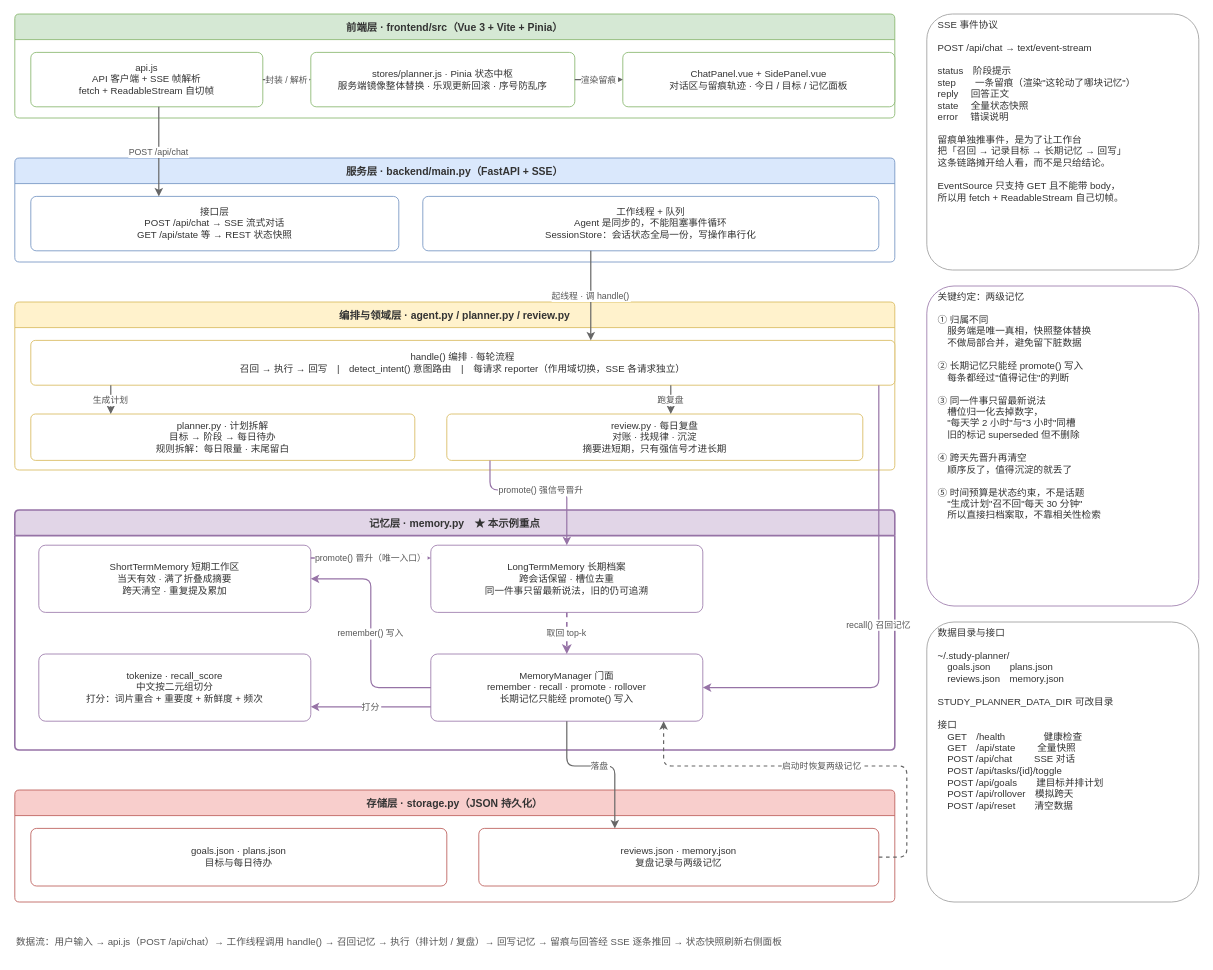
Earlier version of the draw.io diagram Demos/examples/study_planner/architecture.drawio (vhtml/AI-Knowledge-Base). Source tidied: cells renumbered, new cells numbered last; positions are measured from the earlier drawing's top-left corner, leaving out a move shared by most shapes. Both pictures are drawn from the tidied source at 80%, with x=0, y=0 at pixel (14, 14).
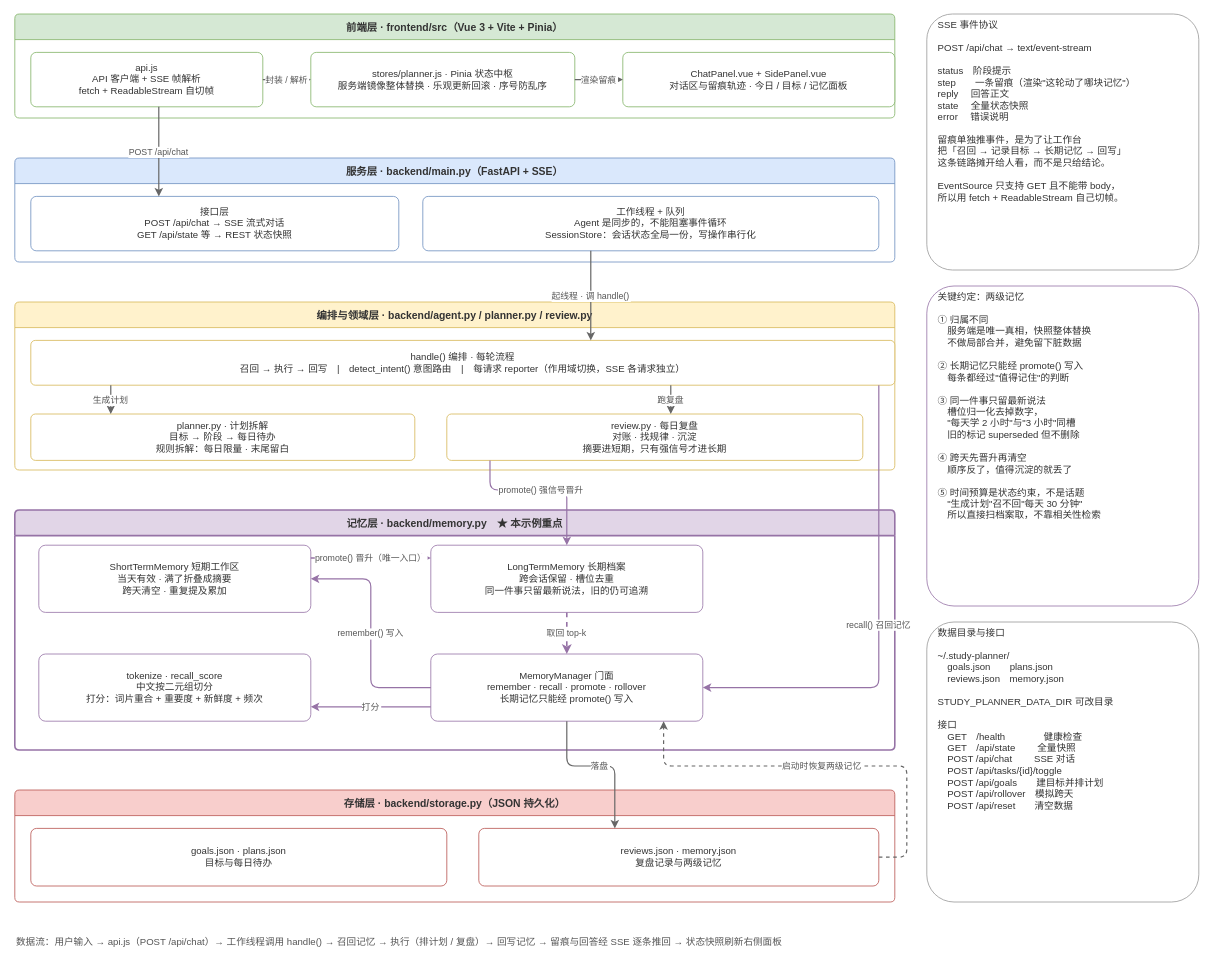
The same page after the edit.

Diff of the diagram source:
```diff
@@
-    <mxCell id="9" value="编排与领域层 · agent.py / planner.py / review.py" style="swimlane;startSize=32;horizontal=1;html=0;convertToSvg=1;svgWhiteSpace=wrap;fillColor=#fff2cc;strokeColor=#d6b656;fontStyle=1;fontSize=13;fontColor=#333333;rounded=1;arcSize=6;" parent="1" vertex="1">
+    <mxCell id="9" value="编排与领域层 · backend/agent.py / planner.py / review.py" style="swimlane;startSize=32;horizontal=1;html=0;convertToSvg=1;svgWhiteSpace=wrap;fillColor=#fff2cc;strokeColor=#d6b656;fontStyle=1;fontSize=13;fontColor=#333333;rounded=1;arcSize=6;" parent="1" vertex="1">
       <mxGeometry y="360" width="1100" height="210" as="geometry" />
     </mxCell>
@@
-    <mxCell id="13" value="记忆层 · memory.py　★ 本示例重点" style="swimlane;startSize=32;horizontal=1;html=0;convertToSvg=1;svgWhiteSpace=wrap;fillColor=#e1d5e7;strokeColor=#9673a6;fontStyle=1;fontSize=13;fontColor=#333333;strokeWidth=2;rounded=1;arcSize=6;" parent="1" vertex="1">
+    <mxCell id="13" value="记忆层 · backend/memory.py　★ 本示例重点" style="swimlane;startSize=32;horizontal=1;html=0;convertToSvg=1;svgWhiteSpace=wrap;fillColor=#e1d5e7;strokeColor=#9673a6;fontStyle=1;fontSize=13;fontColor=#333333;strokeWidth=2;rounded=1;arcSize=6;" parent="1" vertex="1">
       <mxGeometry y="620" width="1100" height="300" as="geometry" />
     </mxCell>
@@
-    <mxCell id="18" value="存储层 · storage.py（JSON 持久化）" style="swimlane;startSize=32;horizontal=1;html=0;convertToSvg=1;svgWhiteSpace=wrap;fillColor=#f8cecc;strokeColor=#b85450;fontStyle=1;fontSize=13;fontColor=#333333;rounded=1;arcSize=6;" parent="1" vertex="1">
+    <mxCell id="18" value="存储层 · backend/storage.py（JSON 持久化）" style="swimlane;startSize=32;horizontal=1;html=0;convertToSvg=1;svgWhiteSpace=wrap;fillColor=#f8cecc;strokeColor=#b85450;fontStyle=1;fontSize=13;fontColor=#333333;rounded=1;arcSize=6;" parent="1" vertex="1">
       <mxGeometry y="970" width="1100" height="140" as="geometry" />
     </mxCell>
```
